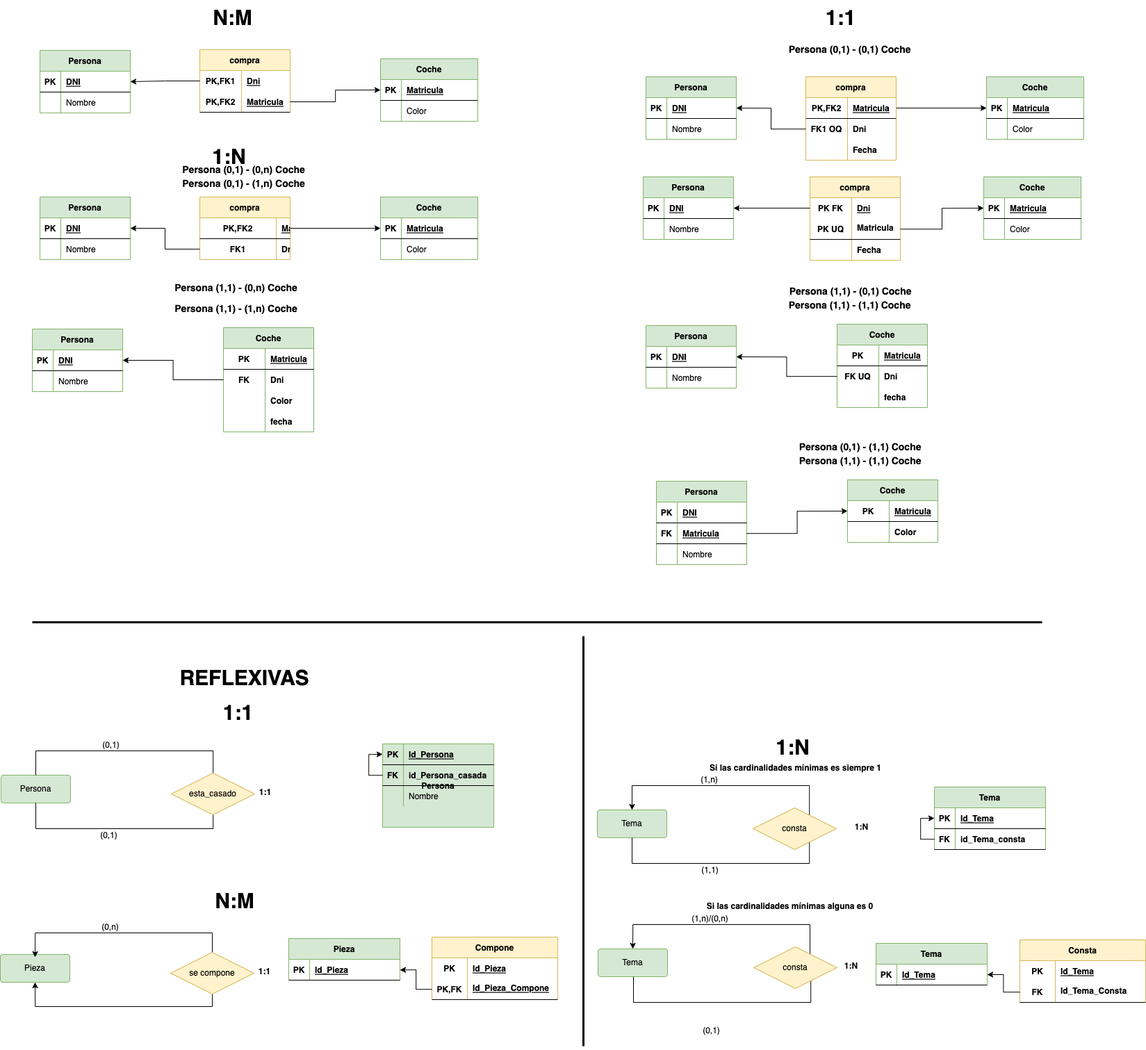
Before: MR/img/truco.drawio.png, a diagram exported from draw.io (MoisesALH/base-datos). Source tidied: cells renumbered, new cells last; positions are measured from the earlier drawing's top-left corner, leaving out a move shared by most shapes.
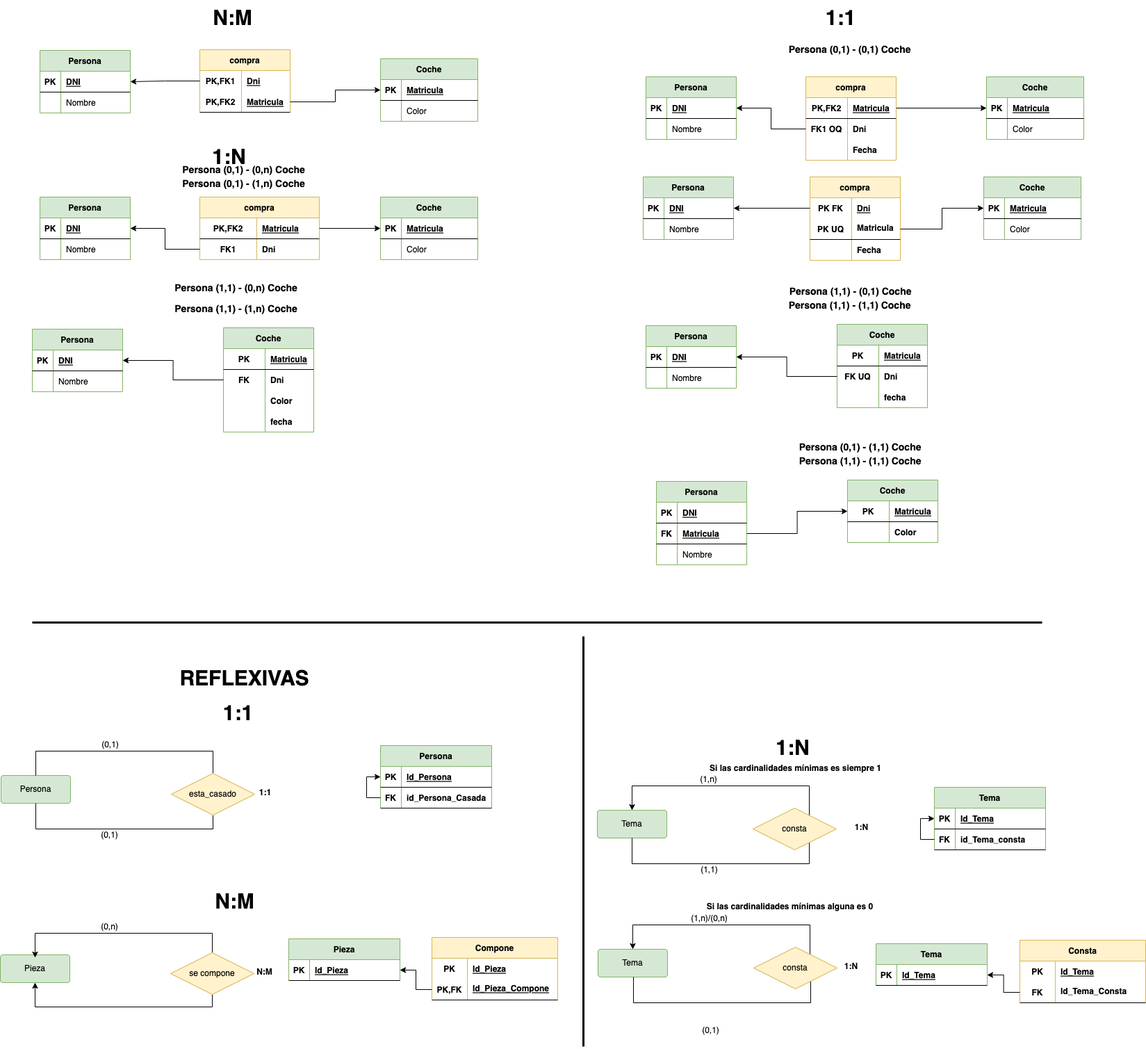
Above is the later version.

Commit message:
se corrigen erratas truco.drawio.png

The edit, as a diff of the source:
```diff
@@ -96,25 +96,25 @@
       <mxGeometry x="30" width="100" height="30" as="geometry" />
     </mxCell>
     <mxCell id="33" value="compra" style="shape=table;startSize=30;rowLines=0;fontStyle=1;align=center;fillColor=#fff2cc;strokeColor=#d6b656;" parent="1" vertex="1">
-      <mxGeometry x="287" y="283" width="130" height="90" as="geometry" />
+      <mxGeometry x="287" y="283" width="172" height="90" as="geometry" />
     </mxCell>
     <mxCell id="34" style="shape=tableRow;horizontal=0;startSize=0;swimlaneHead=0;swimlaneBody=0;fillColor=none;points=[[0,0.5],[1,0.5]];portConstraint=eastwest;top=0;left=0;right=0;bottom=1;" parent="33" vertex="1">
-      <mxGeometry y="30" width="130" height="30" as="geometry" />
+      <mxGeometry y="30" width="172" height="30" as="geometry" />
     </mxCell>
     <mxCell id="35" value="PK,FK2" style="shape=partialRectangle;fillColor=none;top=0;left=0;bottom=0;right=0;fontStyle=1;overflow=hidden;" parent="34" vertex="1">
-      <mxGeometry width="110" height="30" as="geometry" />
+      <mxGeometry width="82" height="30" as="geometry" />
     </mxCell>
     <mxCell id="36" value="Matricula" style="shape=partialRectangle;fillColor=none;top=0;left=0;bottom=0;right=0;align=left;spacingLeft=6;fontStyle=5;overflow=hidden;" parent="34" vertex="1">
-      <mxGeometry x="110" width="20" height="30" as="geometry" />
+      <mxGeometry x="82" width="90" height="30" as="geometry" />
     </mxCell>
     <mxCell id="37" style="shape=tableRow;horizontal=0;startSize=0;swimlaneHead=0;swimlaneBody=0;fillColor=none;points=[[0,0.5],[1,0.5]];portConstraint=eastwest;top=0;left=0;right=0;bottom=0;" parent="33" vertex="1">
-      <mxGeometry y="60" width="130" height="30" as="geometry" />
+      <mxGeometry y="60" width="172" height="30" as="geometry" />
     </mxCell>
     <mxCell id="38" value="FK1" style="shape=partialRectangle;fillColor=none;top=0;left=0;bottom=0;right=0;fontStyle=1;overflow=hidden;" parent="37" vertex="1">
-      <mxGeometry width="110" height="30" as="geometry" />
+      <mxGeometry width="82" height="30" as="geometry" />
     </mxCell>
     <mxCell id="39" value="Dni" style="shape=partialRectangle;fillColor=none;top=0;left=0;bottom=0;right=0;align=left;spacingLeft=6;fontStyle=1;overflow=hidden;" parent="37" vertex="1">
-      <mxGeometry x="110" width="20" height="30" as="geometry" />
+      <mxGeometry x="82" width="90" height="30" as="geometry" />
     </mxCell>
     <mxCell id="40" style="edgeStyle=orthogonalEdgeStyle;rounded=0;jettySize=auto;html=1;entryX=1;entryY=0.5;entryDx=0;entryDy=0;" parent="1" edge="1" source="37" target="27">
       <mxGeometry relative="1" as="geometry" />
@@ -614,42 +614,9 @@
     <mxCell id="191" value="se compone" style="shape=rhombus;perimeter=rhombusPerimeter;whiteSpace=wrap;html=1;align=center;fillColor=#fff2cc;strokeColor=#d6b656;" parent="1" vertex="1">
       <mxGeometry x="245" y="1370" width="120" height="60" as="geometry" />
     </mxCell>
-    <mxCell id="192" value="&lt;b&gt;1:1&lt;/b&gt;" style="text;html=1;align=center;verticalAlign=middle;strokeColor=none;fillColor=none;fontSize=12;" parent="1" vertex="1">
-      <mxGeometry x="360" y="1383" width="40" height="30" as="geometry" />
+    <mxCell id="192" value="&lt;b&gt;N:M&lt;/b&gt;" style="text;html=1;align=center;verticalAlign=middle;strokeColor=none;fillColor=none;fontSize=12;" parent="1" vertex="1">
+      <mxGeometry x="355" y="1383" width="50" height="30" as="geometry" />
     </mxCell>
-    <mxCell id="193" value="Persona" style="shape=table;startSize=0;rowLines=0;fontStyle=1;align=center;fillColor=#d5e8d4;strokeColor=#82b366;" parent="1" vertex="1">
-      <mxGeometry x="550" y="1070" width="160" height="120" as="geometry" />
-    </mxCell>
-    <mxCell id="194" style="shape=tableRow;horizontal=0;startSize=0;swimlaneHead=0;swimlaneBody=0;fillColor=none;points=[[0,0.5],[1,0.5]];portConstraint=eastwest;top=0;left=0;right=0;bottom=1;" parent="193" vertex="1">
-      <mxGeometry width="160" height="30" as="geometry" />
-    </mxCell>
-    <mxCell id="195" value="PK" style="shape=partialRectangle;fillColor=none;top=0;left=0;bottom=0;right=0;fontStyle=1;overflow=hidden;" parent="194" vertex="1">
-      <mxGeometry width="30" height="30" as="geometry" />
-    </mxCell>
-    <mxCell id="196" value="Id_Persona" style="shape=partialRectangle;fillColor=none;top=0;left=0;bottom=0;right=0;align=left;spacingLeft=6;fontStyle=5;overflow=hidden;" parent="194" vertex="1">
-      <mxGeometry x="30" width="130" height="30" as="geometry" />
-    </mxCell>
-    <mxCell id="197" style="edgeStyle=orthogonalEdgeStyle;rounded=0;jettySize=auto;html=1;entryX=0;entryY=0.5;entryDx=0;entryDy=0;fontSize=12;startArrow=none;startFill=0;endArrow=classic;endFill=1;" parent="193" edge="1" source="198" target="194">
-      <mxGeometry relative="1" as="geometry" />
-    </mxCell>
-    <mxCell id="198" style="shape=tableRow;horizontal=0;startSize=0;swimlaneHead=0;swimlaneBody=0;fillColor=none;points=[[0,0.5],[1,0.5]];portConstraint=eastwest;top=0;left=0;right=0;bottom=1;" parent="193" vertex="1">
-      <mxGeometry y="30" width="160" height="30" as="geometry" />
-    </mxCell>
-    <mxCell id="199" value="FK" style="shape=partialRectangle;fillColor=none;top=0;left=0;bottom=0;right=0;fontStyle=1;overflow=hidden;" parent="198" vertex="1">
-      <mxGeometry width="30" height="30" as="geometry" />
-    </mxCell>
-    <mxCell id="200" value="id_Persona_casada" style="shape=partialRectangle;fillColor=none;top=0;left=0;bottom=0;right=0;align=left;spacingLeft=6;fontStyle=1;overflow=hidden;" parent="198" vertex="1">
-      <mxGeometry x="30" width="130" height="30" as="geometry" />
-    </mxCell>
-    <mxCell id="201" style="shape=tableRow;horizontal=0;startSize=0;swimlaneHead=0;swimlaneBody=0;fillColor=none;top=0;left=0;right=0;bottom=0;" parent="193" vertex="1">
-      <mxGeometry y="60" width="160" height="30" as="geometry" />
-    </mxCell>
-    <mxCell id="202" style="shape=partialRectangle;fillColor=none;top=0;left=0;bottom=0;right=0;overflow=hidden;" parent="201" vertex="1">
-      <mxGeometry width="30" height="30" as="geometry" />
-    </mxCell>
-    <mxCell id="203" value="Nombre" style="shape=partialRectangle;fillColor=none;top=0;left=0;bottom=0;right=0;align=left;spacingLeft=6;overflow=hidden;" parent="201" vertex="1">
-      <mxGeometry x="30" width="130" height="30" as="geometry" />
-    </mxCell>
     <mxCell id="204" value="Tema" style="shape=table;startSize=30;rowLines=0;fontStyle=1;align=center;fillColor=#d5e8d4;strokeColor=#82b366;" parent="1" vertex="1">
       <mxGeometry x="1344" y="1132" width="160" height="90" as="geometry" />
     </mxCell>
@@ -796,5 +763,29 @@
         <mxPoint x="839" y="915" as="targetPoint" />
       </mxGeometry>
     </mxCell>
+    <mxCell id="193" value="Persona" style="shape=table;startSize=30;rowLines=0;fontStyle=1;align=center;fillColor=#d5e8d4;strokeColor=#82b366;" parent="1" vertex="1">
+      <mxGeometry x="547" y="1072" width="160" height="90" as="geometry" />
+    </mxCell>
+    <mxCell id="198" style="shape=tableRow;horizontal=0;startSize=0;swimlaneHead=0;swimlaneBody=0;fillColor=none;points=[[0,0.5],[1,0.5]];portConstraint=eastwest;top=0;left=0;right=0;bottom=1;" parent="193" vertex="1">
+      <mxGeometry y="30" width="160" height="30" as="geometry" />
+    </mxCell>
+    <mxCell id="195" value="PK" style="shape=partialRectangle;fillColor=none;top=0;left=0;bottom=0;right=0;fontStyle=1;overflow=hidden;" parent="198" vertex="1">
+      <mxGeometry width="30" height="30" as="geometry" />
+    </mxCell>
+    <mxCell id="196" value="Id_Persona" style="shape=partialRectangle;fillColor=none;top=0;left=0;bottom=0;right=0;align=left;spacingLeft=6;fontStyle=5;overflow=hidden;" parent="198" vertex="1">
+      <mxGeometry x="30" width="130" height="30" as="geometry" />
+    </mxCell>
+    <mxCell id="247" style="edgeStyle=orthogonalEdgeStyle;rounded=0;jettySize=auto;html=1;entryX=0;entryY=0.5;entryDx=0;entryDy=0;fontSize=12;startArrow=none;startFill=0;endArrow=classic;endFill=1;" parent="193" edge="1" source="248" target="198">
+      <mxGeometry relative="1" as="geometry" />
+    </mxCell>
+    <mxCell id="248" style="shape=tableRow;horizontal=0;startSize=0;swimlaneHead=0;swimlaneBody=0;fillColor=none;points=[[0,0.5],[1,0.5]];portConstraint=eastwest;top=0;left=0;right=0;bottom=1;" parent="193" vertex="1">
+      <mxGeometry y="60" width="160" height="30" as="geometry" />
+    </mxCell>
+    <mxCell id="199" value="FK" style="shape=partialRectangle;fillColor=none;top=0;left=0;bottom=0;right=0;fontStyle=1;overflow=hidden;" parent="248" vertex="1">
+      <mxGeometry width="30" height="30" as="geometry" />
+    </mxCell>
+    <mxCell id="249" value="id_Persona_Casada" style="shape=partialRectangle;fillColor=none;top=0;left=0;bottom=0;right=0;align=left;spacingLeft=6;fontStyle=1;overflow=hidden;" parent="248" vertex="1">
+      <mxGeometry x="30" width="130" height="30" as="geometry" />
+    </mxCell>
   </root>
 </mxGraphModel>
```
